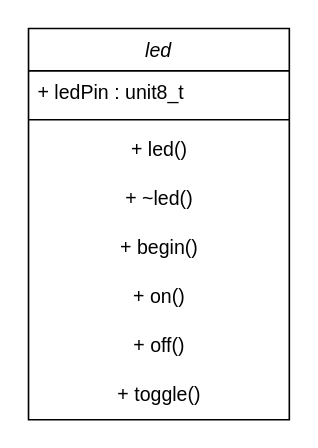
1337encrypted/BTS7960_TH9x keeps this draw.io diagram as Assets/LED class.drawio. Above is the earlier version. Source tidied: cells renumbered, new cells numbered last; positions are measured from the earlier drawing's top-left corner, leaving out a move shared by most shapes. Both pictures are drawn from the tidied source at 163%, with x=0, y=0 at pixel (28, 28).
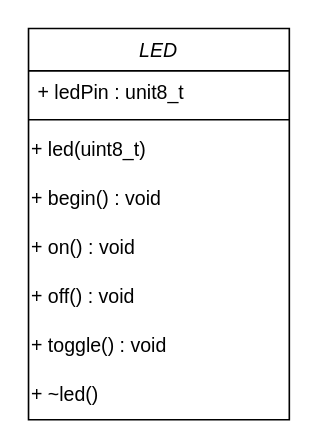
The same diagram, later.

Commit message (it also covers changes not shown here):
edited LED and motordriver class UML

What changed in the source:
```diff
@@
 <mxGraphModel>
   <root>
     <mxCell id="0" />
     <mxCell id="1" parent="0" />
-    <mxCell id="2" value="led" style="swimlane;fontStyle=2;align=center;verticalAlign=top;horizontal=1;startSize=26;rounded=0;shadow=0;strokeWidth=1;" parent="1" vertex="1">
+    <mxCell id="2" value="LED" style="swimlane;fontStyle=2;align=center;verticalAlign=top;horizontal=1;startSize=26;rounded=0;shadow=0;strokeWidth=1;" parent="1" vertex="1">
       <mxGeometry width="160" height="240" as="geometry" />
     </mxCell>
     <mxCell id="3" value="+ ledPin : unit8_t" style="text;align=left;verticalAlign=top;spacingLeft=4;spacingRight=4;overflow=hidden;" parent="2" vertex="1">
       <mxGeometry y="26" width="160" height="26" as="geometry" />
     </mxCell>
     <mxCell id="4" style="line;html=1;strokeWidth=1;align=left;verticalAlign=middle;spacingTop=-1;spacingLeft=3;spacingRight=3;labelPosition=right;" parent="2" vertex="1">
       <mxGeometry y="52" width="160" height="8" as="geometry" />
     </mxCell>
-    <mxCell id="5" value="+ led()" style="text;html=1;align=center;verticalAlign=middle;strokeColor=none;fillColor=none;" parent="2" vertex="1">
+    <mxCell id="5" value="+ led(uint8_t)" style="text;html=1;align=left;verticalAlign=middle;strokeColor=none;fillColor=none;" parent="2" vertex="1">
       <mxGeometry y="60" width="160" height="30" as="geometry" />
     </mxCell>
-    <mxCell id="6" value="+ ~led()" style="text;html=1;align=center;verticalAlign=middle;strokeColor=none;fillColor=none;" parent="2" vertex="1">
-      <mxGeometry y="90" width="160" height="30" as="geometry" />
-    </mxCell>
-    <mxCell id="7" value="+ begin()" style="text;html=1;align=center;verticalAlign=middle;strokeColor=none;fillColor=none;" parent="2" vertex="1">
-      <mxGeometry y="120" width="160" height="30" as="geometry" />
+    <mxCell id="7" value="+ begin() : void" style="text;html=1;align=left;verticalAlign=middle;strokeColor=none;fillColor=none;" parent="2" vertex="1">
+      <mxGeometry y="90" width="160" height="30" as="geometry" />
     </mxCell>
-    <mxCell id="8" value="+ on()" style="text;html=1;align=center;verticalAlign=middle;strokeColor=none;fillColor=none;" parent="2" vertex="1">
-      <mxGeometry y="150" width="160" height="30" as="geometry" />
+    <mxCell id="8" value="+ on() : void" style="text;html=1;align=left;verticalAlign=middle;strokeColor=none;fillColor=none;" parent="2" vertex="1">
+      <mxGeometry y="120" width="160" height="30" as="geometry" />
     </mxCell>
-    <mxCell id="9" value="+ off()" style="text;html=1;align=center;verticalAlign=middle;strokeColor=none;fillColor=none;" parent="2" vertex="1">
-      <mxGeometry y="180" width="160" height="30" as="geometry" />
+    <mxCell id="9" value="+ off() : void" style="text;html=1;align=left;verticalAlign=middle;strokeColor=none;fillColor=none;" parent="2" vertex="1">
+      <mxGeometry y="150" width="160" height="30" as="geometry" />
     </mxCell>
-    <mxCell id="10" value="+ toggle()" style="text;html=1;align=center;verticalAlign=middle;strokeColor=none;fillColor=none;" parent="2" vertex="1">
-      <mxGeometry y="210" width="160" height="30" as="geometry" />
+    <mxCell id="10" value="+ toggle() : void" style="text;html=1;align=left;verticalAlign=middle;strokeColor=none;fillColor=none;" parent="2" vertex="1">
+      <mxGeometry y="180" width="160" height="30" as="geometry" />
     </mxCell>
+    <mxCell id="6" value="+ ~led()" style="text;html=1;align=left;verticalAlign=middle;strokeColor=none;fillColor=none;" parent="2" vertex="1">
+      <mxGeometry y="210" width="160" height="30" as="geometry" />
+    </mxCell>
   </root>
 </mxGraphModel>
```
